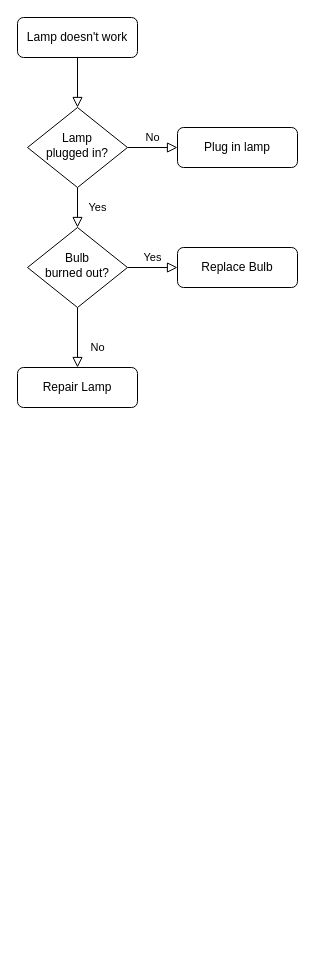
The draw.io diagram mybatis.drawio in QirongZhang/draw.io.repo, before the edit. Source tidied: cells renumbered, new cells numbered last; positions are measured from the earlier drawing's top-left corner, leaving out a move shared by most shapes. Both pictures are drawn from the tidied source at 100%, with x=0, y=0 at pixel (17, 17).
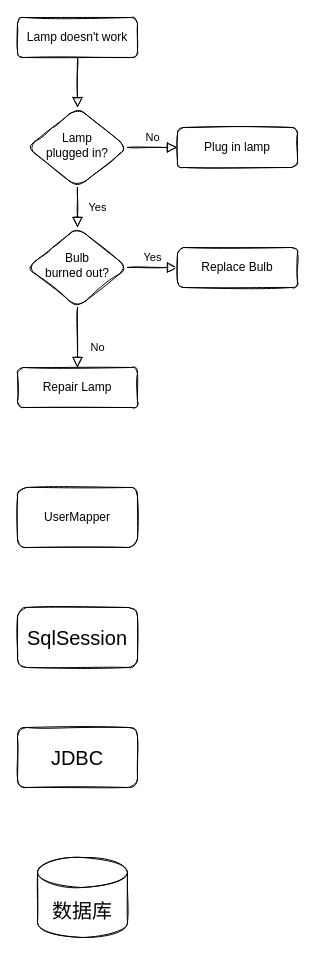
The same page after the edit.

What changed in the source:
```diff
@@
 <mxGraphModel>
   <root>
     <mxCell id="0" />
     <mxCell id="1" parent="0" />
-    <mxCell id="2" style="rounded=0;html=1;jettySize=auto;fontSize=11;endArrow=block;endFill=0;endSize=8;strokeWidth=1;shadow=0;labelBackgroundColor=none;edgeStyle=orthogonalEdgeStyle;" parent="1" edge="1" source="3" target="6">
+    <mxCell id="2" style="rounded=1;html=1;jettySize=auto;fontSize=11;endArrow=block;endFill=0;endSize=8;strokeWidth=1;shadow=0;labelBackgroundColor=none;edgeStyle=orthogonalEdgeStyle;sketch=1;" parent="1" edge="1" source="3" target="6">
       <mxGeometry relative="1" as="geometry" />
     </mxCell>
-    <mxCell id="3" value="Lamp doesn't work" style="rounded=1;whiteSpace=wrap;html=1;fontSize=12;glass=0;strokeWidth=1;shadow=0;" parent="1" vertex="1">
+    <mxCell id="3" value="Lamp doesn't work" style="rounded=1;whiteSpace=wrap;html=1;fontSize=12;glass=0;strokeWidth=1;shadow=0;sketch=1;" parent="1" vertex="1">
       <mxGeometry width="120" height="40" as="geometry" />
     </mxCell>
-    <mxCell id="4" value="Yes" style="rounded=0;html=1;jettySize=auto;fontSize=11;endArrow=block;endFill=0;endSize=8;strokeWidth=1;shadow=0;labelBackgroundColor=none;edgeStyle=orthogonalEdgeStyle;" parent="1" edge="1" source="6" target="10">
+    <mxCell id="4" value="Yes" style="rounded=1;html=1;jettySize=auto;fontSize=11;endArrow=block;endFill=0;endSize=8;strokeWidth=1;shadow=0;labelBackgroundColor=none;edgeStyle=orthogonalEdgeStyle;sketch=1;" parent="1" edge="1" source="6" target="10">
       <mxGeometry y="20" relative="1" as="geometry" />
     </mxCell>
-    <mxCell id="5" value="No" style="edgeStyle=orthogonalEdgeStyle;rounded=0;html=1;jettySize=auto;fontSize=11;endArrow=block;endFill=0;endSize=8;strokeWidth=1;shadow=0;labelBackgroundColor=none;" parent="1" edge="1" source="6" target="7">
+    <mxCell id="5" value="No" style="edgeStyle=orthogonalEdgeStyle;rounded=1;html=1;jettySize=auto;fontSize=11;endArrow=block;endFill=0;endSize=8;strokeWidth=1;shadow=0;labelBackgroundColor=none;sketch=1;" parent="1" edge="1" source="6" target="7">
       <mxGeometry y="10" relative="1" as="geometry" />
     </mxCell>
-    <mxCell id="6" value="Lamp&lt;br&gt;plugged in?" style="rhombus;whiteSpace=wrap;html=1;shadow=0;fontFamily=Helvetica;fontSize=12;align=center;strokeWidth=1;spacing=6;spacingTop=-4;" parent="1" vertex="1">
+    <mxCell id="6" value="Lamp&lt;br&gt;plugged in?" style="rhombus;whiteSpace=wrap;html=1;shadow=0;fontFamily=Helvetica;fontSize=12;align=center;strokeWidth=1;spacing=6;spacingTop=-4;sketch=1;rounded=1;" parent="1" vertex="1">
       <mxGeometry x="10" y="90" width="100" height="80" as="geometry" />
     </mxCell>
-    <mxCell id="7" value="Plug in lamp" style="rounded=1;whiteSpace=wrap;html=1;fontSize=12;glass=0;strokeWidth=1;shadow=0;" parent="1" vertex="1">
+    <mxCell id="7" value="Plug in lamp" style="rounded=1;whiteSpace=wrap;html=1;fontSize=12;glass=0;strokeWidth=1;shadow=0;sketch=1;" parent="1" vertex="1">
       <mxGeometry x="160" y="110" width="120" height="40" as="geometry" />
     </mxCell>
-    <mxCell id="8" value="No" style="rounded=0;html=1;jettySize=auto;fontSize=11;endArrow=block;endFill=0;endSize=8;strokeWidth=1;shadow=0;labelBackgroundColor=none;edgeStyle=orthogonalEdgeStyle;" parent="1" edge="1" source="10" target="11">
+    <mxCell id="8" value="No" style="rounded=1;html=1;jettySize=auto;fontSize=11;endArrow=block;endFill=0;endSize=8;strokeWidth=1;shadow=0;labelBackgroundColor=none;edgeStyle=orthogonalEdgeStyle;sketch=1;" parent="1" edge="1" source="10" target="11">
       <mxGeometry x="0.33" y="20" relative="1" as="geometry" />
     </mxCell>
-    <mxCell id="9" value="Yes" style="edgeStyle=orthogonalEdgeStyle;rounded=0;html=1;jettySize=auto;fontSize=11;endArrow=block;endFill=0;endSize=8;strokeWidth=1;shadow=0;labelBackgroundColor=none;" parent="1" edge="1" source="10" target="12">
+    <mxCell id="9" value="Yes" style="edgeStyle=orthogonalEdgeStyle;rounded=1;html=1;jettySize=auto;fontSize=11;endArrow=block;endFill=0;endSize=8;strokeWidth=1;shadow=0;labelBackgroundColor=none;sketch=1;" parent="1" edge="1" source="10" target="12">
       <mxGeometry y="10" relative="1" as="geometry" />
     </mxCell>
-    <mxCell id="10" value="Bulb&lt;br&gt;burned out?" style="rhombus;whiteSpace=wrap;html=1;shadow=0;fontFamily=Helvetica;fontSize=12;align=center;strokeWidth=1;spacing=6;spacingTop=-4;" parent="1" vertex="1">
+    <mxCell id="10" value="Bulb&lt;br&gt;burned out?" style="rhombus;whiteSpace=wrap;html=1;shadow=0;fontFamily=Helvetica;fontSize=12;align=center;strokeWidth=1;spacing=6;spacingTop=-4;sketch=1;rounded=1;" parent="1" vertex="1">
       <mxGeometry x="10" y="210" width="100" height="80" as="geometry" />
     </mxCell>
-    <mxCell id="11" value="Repair Lamp" style="rounded=1;whiteSpace=wrap;html=1;fontSize=12;glass=0;strokeWidth=1;shadow=0;" parent="1" vertex="1">
+    <mxCell id="11" value="Repair Lamp" style="rounded=1;whiteSpace=wrap;html=1;fontSize=12;glass=0;strokeWidth=1;shadow=0;sketch=1;" parent="1" vertex="1">
       <mxGeometry y="350" width="120" height="40" as="geometry" />
     </mxCell>
-    <mxCell id="12" value="Replace Bulb" style="rounded=1;whiteSpace=wrap;html=1;fontSize=12;glass=0;strokeWidth=1;shadow=0;" parent="1" vertex="1">
+    <mxCell id="12" value="Replace Bulb" style="rounded=1;whiteSpace=wrap;html=1;fontSize=12;glass=0;strokeWidth=1;shadow=0;sketch=1;" parent="1" vertex="1">
       <mxGeometry x="160" y="230" width="120" height="40" as="geometry" />
     </mxCell>
+    <mxCell id="13" value="UserMapper" style="rounded=1;whiteSpace=wrap;html=1;sketch=1;fontFamily=Helvetica;" parent="1" vertex="1">
+      <mxGeometry y="470" width="120" height="60" as="geometry" />
+    </mxCell>
+    <mxCell id="14" value="SqlSession" style="rounded=1;whiteSpace=wrap;html=1;sketch=1;hachureGap=4;fontFamily=Helvetica;fontSize=20;" parent="1" vertex="1">
+      <mxGeometry y="590" width="120" height="60" as="geometry" />
+    </mxCell>
+    <mxCell id="15" value="JDBC" style="rounded=1;whiteSpace=wrap;html=1;sketch=1;hachureGap=4;fontFamily=Helvetica;fontSize=20;glass=0;" parent="1" vertex="1">
+      <mxGeometry y="710" width="120" height="60" as="geometry" />
+    </mxCell>
+    <mxCell id="16" value="数据库" style="shape=cylinder3;whiteSpace=wrap;html=1;boundedLbl=1;backgroundOutline=1;size=15;rounded=1;glass=0;sketch=1;hachureGap=4;fontFamily=Helvetica;fontSize=20;" parent="1" vertex="1">
+      <mxGeometry x="20" y="840" width="90" height="80" as="geometry" />
+    </mxCell>
   </root>
 </mxGraphModel>
```
